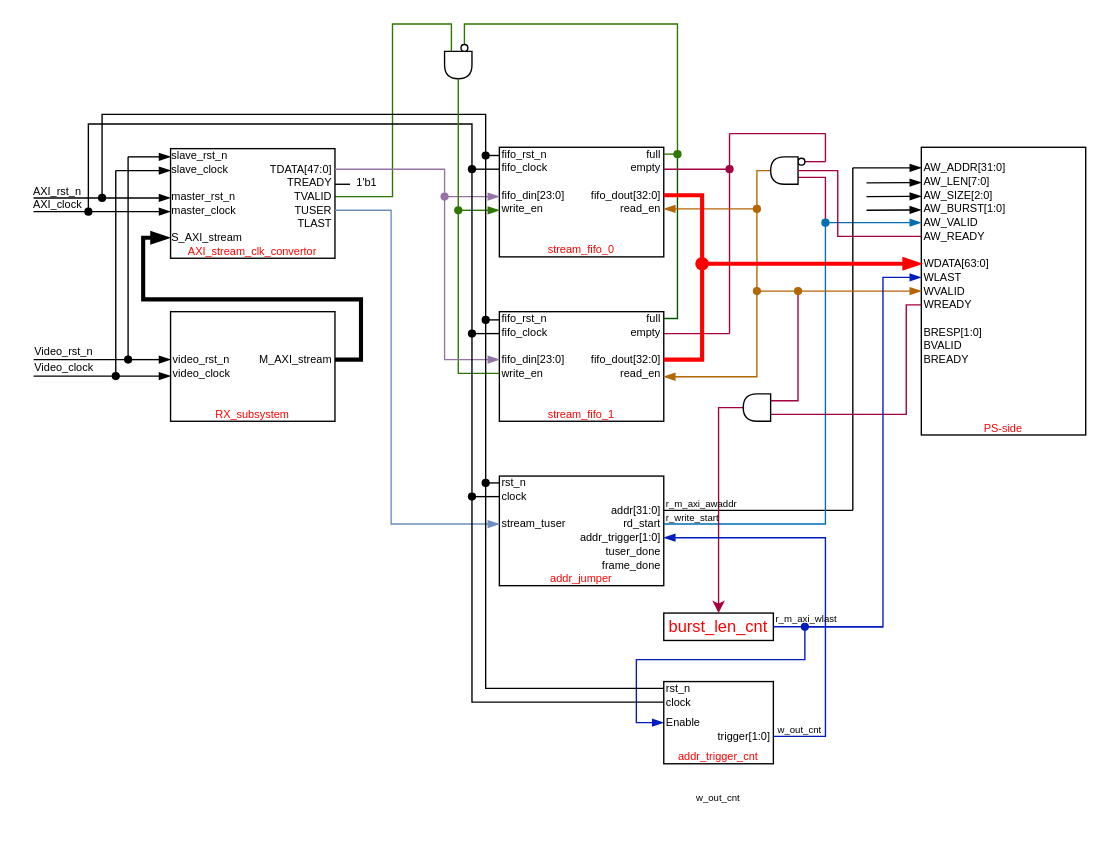
Above: Our_design/Our_design.drawio in YZchen3467/drawio (draw.io), before the change. Source tidied: cells renumbered, new cells numbered last; positions are measured from the earlier drawing's top-left corner, leaving out a move shared by most shapes. Both pictures are drawn from the tidied source at 137%, with x=0, y=0 at pixel (30, 23).
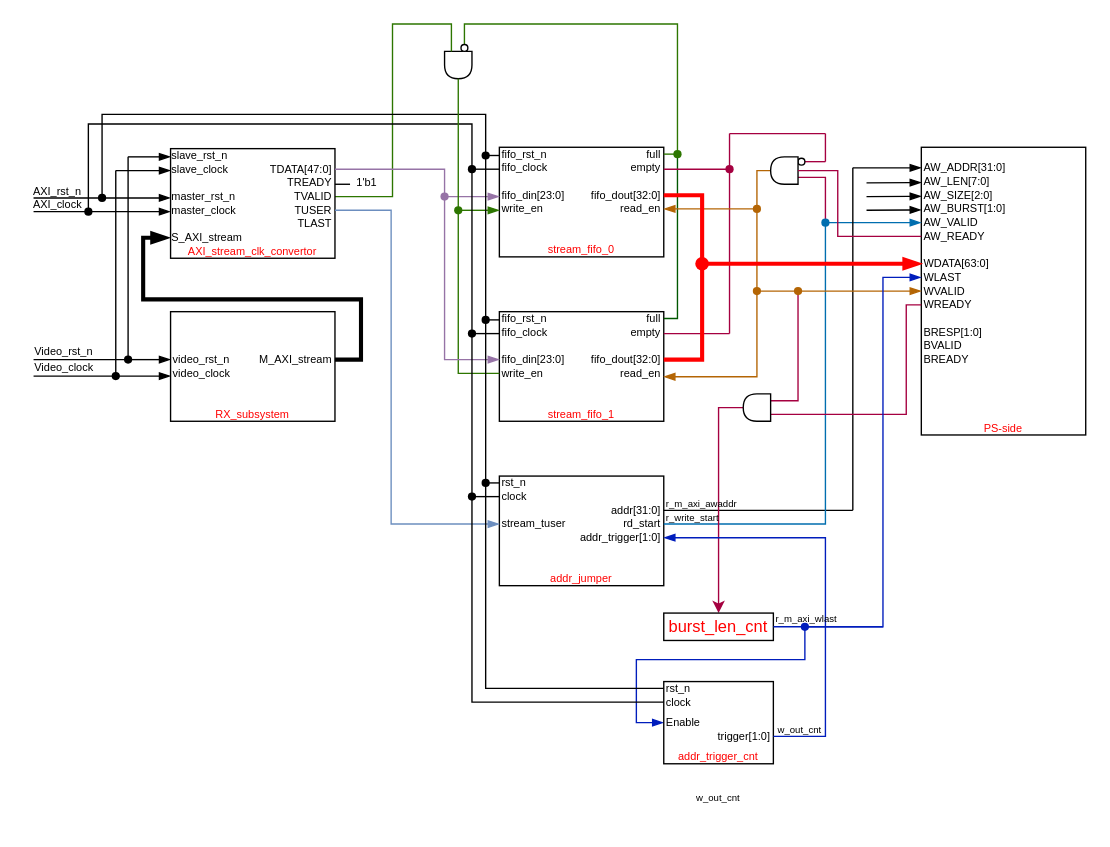
The same diagram, later.

Unchanged cells that the change refers to:
```xml
<mxCell id="13" style="group;rounded=0;" parent="1" vertex="1">
  <mxGeometry x="342" y="330" width="120" height="80" as="geometry" />
</mxCell>
```

The edit, as a diff of the source:
```diff
@@
-    <mxCell id="22" value="tuser_done" style="text;html=1;strokeColor=none;fillColor=none;align=right;verticalAlign=middle;whiteSpace=wrap;rounded=0;strokeWidth=0;fontSize=8;horizontal=1;" parent="13" vertex="1">
-      <mxGeometry x="60" y="50" width="60" height="10" as="geometry" />
-    </mxCell>
-    <mxCell id="23" value="frame_done" style="text;html=1;strokeColor=none;fillColor=none;align=right;verticalAlign=middle;whiteSpace=wrap;rounded=0;strokeWidth=0;fontSize=8;horizontal=1;" parent="13" vertex="1">
-      <mxGeometry x="60" y="60" width="60" height="10" as="geometry" />
-    </mxCell>
```
